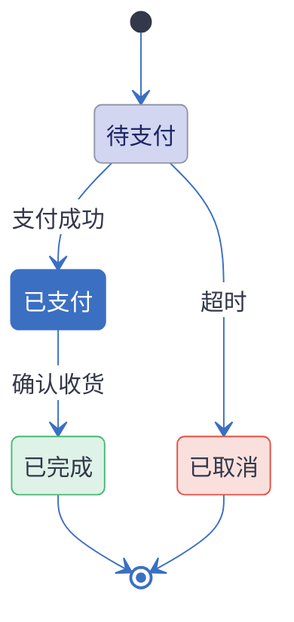
Above: docs/assets/state.png in huang-hee/diagram-kit (Mermaid), before the change. Its source is kept beside it as docs/assets/state.mmd. Its diagram source:
```mermaid
---
config:
  theme: base
  fontFamily: "PingFang SC, Microsoft YaHei, Noto Sans CJK SC, Source Han Sans SC, sans-serif"
  themeVariables:
    background: "#FFFFFF"
    primaryColor: "#FFFFFF"
    primaryBorderColor: "#3B6FC2"
    primaryTextColor: "#33384A"
    nodeTextColor: "#33384A"
    secondaryColor: "#FBDBD1"
    tertiaryColor: "#EBF1F9"
    lineColor: "#3B6FC2"
    textColor: "#33384A"
    clusterBkg: "#EBF1F9"
    clusterBorder: "#3B6FC2"
    edgeLabelBackground: "#FFFFFF"
    titleColor: "#33384A"
    noteBkgColor: "#FFF6CE"
    noteBorderColor: "#A6A086"
    noteTextColor: "#33384A"
    stateBkg: "#D2D6F1"
    stateLabelColor: "#1F2865"
    compositeBackground: "#EBF1F9"
    compositeTitleBackground: "#EBF1F9"
    compositeBorder: "#3B6FC2"
    transitionColor: "#3B6FC2"
    transitionLabelColor: "#33384A"
    specialStateColor: "#33384A"
    innerEndBackground: "#33384A"
---
stateDiagram-v2
  state "待支付" as Pending
  state "已支付" as Paid
  state "已完成" as Done
  state "已取消" as Cancelled
  [*] --> Pending
  Pending --> Paid : 支付成功
  Pending --> Cancelled : 超时
  Paid --> Done : 确认收货
  Done --> [*]
  Cancelled --> [*]
  class Pending normal
  class Paid active
  class Done ok
  class Cancelled fail
classDef normal fill:#D2D6F1,stroke:#9396A9,color:#1F2865
classDef active fill:#3B6FC2,stroke:#3B6FC2,color:#FFFFFF,stroke-width:2px
classDef ok fill:#DEF2E7,stroke:#4AB777,color:#33384A
classDef fail fill:#FAE0DD,stroke:#E35144,color:#33384A
classDef composite fill:#EBF1F9,stroke:#3B6FC2,color:#33384A
```
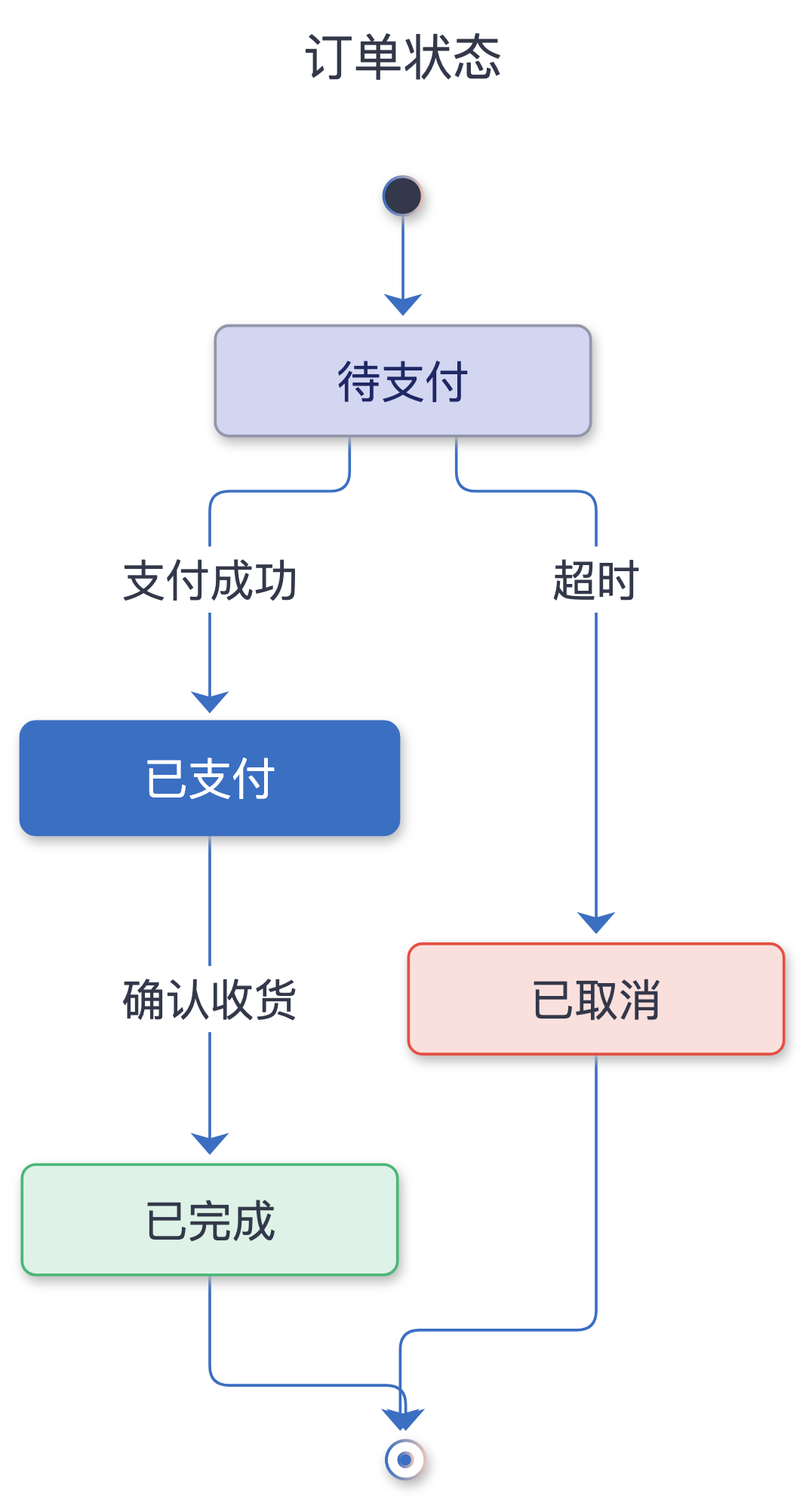
Above is the later version.

What changed in the source:
```diff
@@ -1,7 +1,14 @@
 ---
+title: "订单状态"
 config:
   theme: base
   fontFamily: "PingFang SC, Microsoft YaHei, Noto Sans CJK SC, Source Han Sans SC, sans-serif"
+  flowchart:
+    curve: "step"
+    nodeSpacing: 50
+    rankSpacing: 60
+    padding: 12
+    wrappingWidth: 300
   themeVariables:
     background: "#FFFFFF"
     primaryColor: "#FFFFFF"
```
